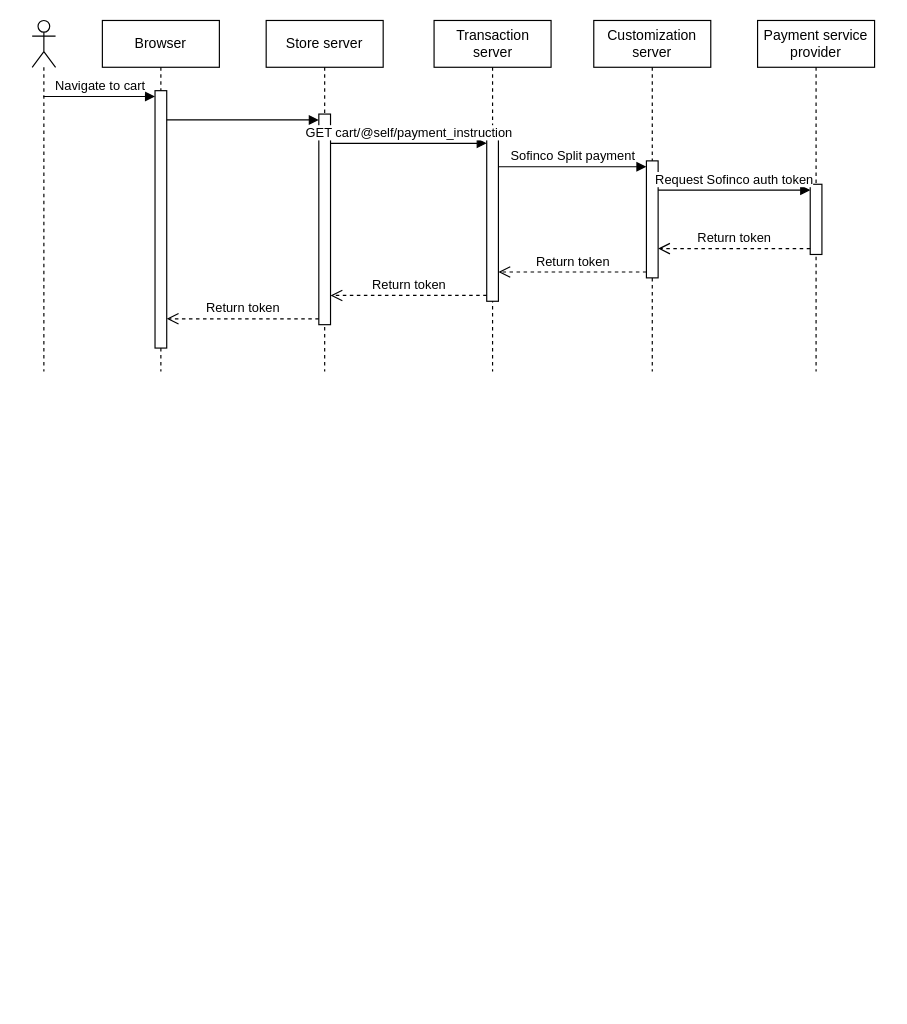
Above: Paiement Sofinco.drawio in wpigoury/flows (draw.io), before the change. Source tidied: cells renumbered, new cells numbered last; positions are measured from the earlier drawing's top-left corner, leaving out a move shared by most shapes. Both pictures are drawn from the tidied source at 117%, with x=0, y=0 at pixel (32, 20).
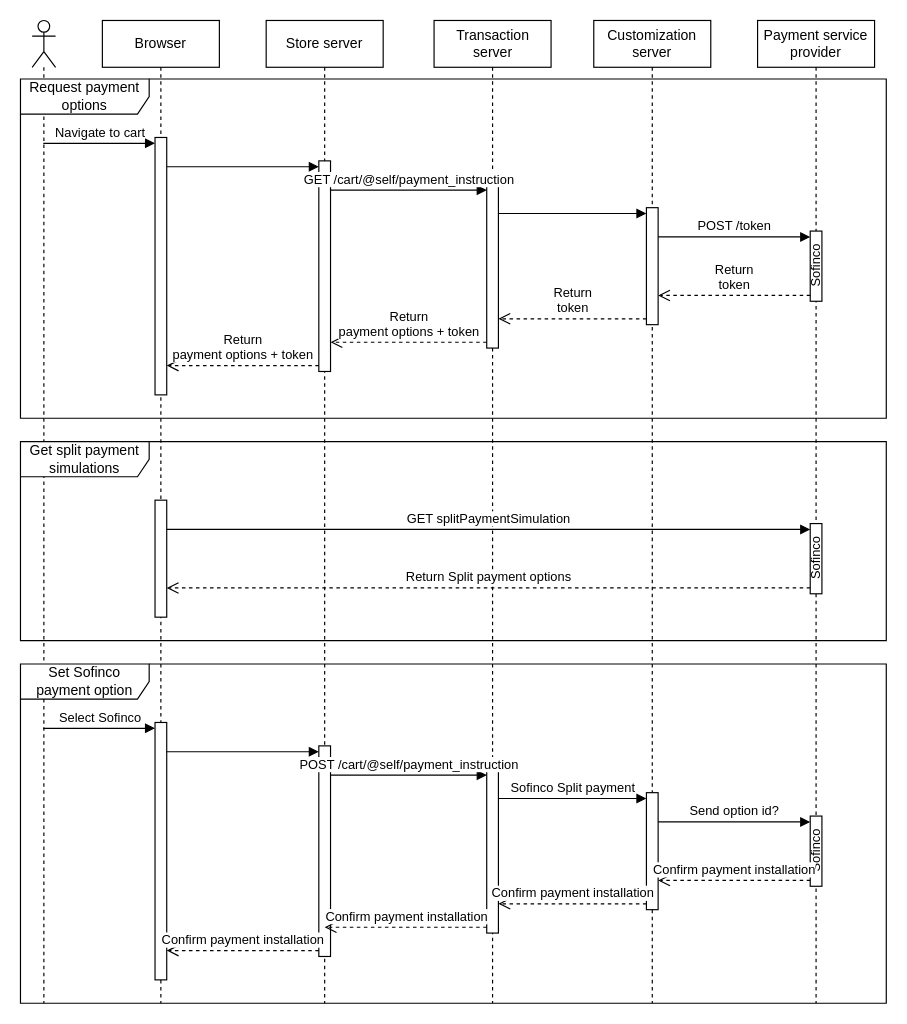
Above is the later version.

Commit message (it also covers changes not shown here):
Mettre à jour Paiement Sofinco.drawio

Diff of the diagram source:
```diff
@@
     <mxCell id="2" style="shape=umlLifeline;perimeter=lifelinePerimeter;whiteSpace=wrap;html=1;outlineConnect=0;portConstraint=eastwest;newEdgeStyle={&quot;curved&quot;:0,&quot;rounded&quot;:0};participant=umlActor;" parent="1" vertex="1">
-      <mxGeometry width="20" height="300" as="geometry" />
+      <mxGeometry width="20" height="840" as="geometry" />
     </mxCell>
     <mxCell id="3" value="Browser" style="shape=umlLifeline;perimeter=lifelinePerimeter;whiteSpace=wrap;html=1;newEdgeStyle={&quot;curved&quot;:0,&quot;rounded&quot;:0};" parent="1" vertex="1">
-      <mxGeometry x="60" width="100" height="300" as="geometry" />
+      <mxGeometry x="60" width="100" height="840" as="geometry" />
     </mxCell>
     <mxCell id="4" style="html=1;points=[[0,0,0,0,5],[0,1,0,0,-5],[1,0,0,0,5],[1,1,0,0,-5]];perimeter=orthogonalPerimeter;outlineConnect=0;targetShapes=umlLifeline;portConstraint=eastwest;newEdgeStyle={&quot;curved&quot;:0,&quot;rounded&quot;:0};" parent="3" vertex="1">
-      <mxGeometry x="45" y="60" width="10" height="220" as="geometry" />
+      <mxGeometry x="45" y="100" width="10" height="220" as="geometry" />
     </mxCell>
     <mxCell id="5" value="Store server" style="shape=umlLifeline;perimeter=lifelinePerimeter;whiteSpace=wrap;html=1;newEdgeStyle={&quot;curved&quot;:0,&quot;rounded&quot;:0};" parent="1" vertex="1">
-      <mxGeometry x="200" width="100" height="300" as="geometry" />
+      <mxGeometry x="200" width="100" height="840" as="geometry" />
     </mxCell>
     <mxCell id="6" style="html=1;points=[[0,0,0,0,5],[0,1,0,0,-5],[1,0,0,0,5],[1,1,0,0,-5]];perimeter=orthogonalPerimeter;outlineConnect=0;targetShapes=umlLifeline;portConstraint=eastwest;newEdgeStyle={&quot;curved&quot;:0,&quot;rounded&quot;:0};" parent="5" vertex="1">
-      <mxGeometry x="45" y="80" width="10" height="180" as="geometry" />
+      <mxGeometry x="45" y="120" width="10" height="180" as="geometry" />
     </mxCell>
+    <mxCell id="22" style="html=1;points=[[0,0,0,0,5],[0,1,0,0,-5],[1,0,0,0,5],[1,1,0,0,-5]];perimeter=orthogonalPerimeter;outlineConnect=0;targetShapes=umlLifeline;portConstraint=eastwest;newEdgeStyle={&quot;curved&quot;:0,&quot;rounded&quot;:0};" parent="5" vertex="1">
+      <mxGeometry x="45" y="620" width="10" height="180" as="geometry" />
+    </mxCell>
     <mxCell id="7" value="Transaction server" style="shape=umlLifeline;perimeter=lifelinePerimeter;whiteSpace=wrap;html=1;newEdgeStyle={&quot;curved&quot;:0,&quot;rounded&quot;:0};" parent="1" vertex="1">
-      <mxGeometry x="343.5" width="100" height="300" as="geometry" />
+      <mxGeometry x="343.5" width="100" height="840" as="geometry" />
     </mxCell>
     <mxCell id="8" style="html=1;points=[[0,0,0,0,5],[0,1,0,0,-5],[1,0,0,0,5],[1,1,0,0,-5]];perimeter=orthogonalPerimeter;outlineConnect=0;targetShapes=umlLifeline;portConstraint=eastwest;newEdgeStyle={&quot;curved&quot;:0,&quot;rounded&quot;:0};" parent="7" vertex="1">
-      <mxGeometry x="45" y="100" width="10" height="140" as="geometry" />
+      <mxGeometry x="45" y="140" width="10" height="140" as="geometry" />
     </mxCell>
     <mxCell id="9" value="Customization server" style="shape=umlLifeline;perimeter=lifelinePerimeter;whiteSpace=wrap;html=1;newEdgeStyle={&quot;curved&quot;:0,&quot;rounded&quot;:0};" parent="1" vertex="1">
-      <mxGeometry x="480" width="100" height="300" as="geometry" />
+      <mxGeometry x="480" width="100" height="840" as="geometry" />
     </mxCell>
     <mxCell id="10" style="html=1;points=[[0,0,0,0,5],[0,1,0,0,-5],[1,0,0,0,5],[1,1,0,0,-5]];perimeter=orthogonalPerimeter;outlineConnect=0;targetShapes=umlLifeline;portConstraint=eastwest;newEdgeStyle={&quot;curved&quot;:0,&quot;rounded&quot;:0};" parent="9" vertex="1">
-      <mxGeometry x="45" y="120" width="10" height="100" as="geometry" />
+      <mxGeometry x="45" y="160" width="10" height="100" as="geometry" />
     </mxCell>
     <mxCell id="11" value="Payment service provider" style="shape=umlLifeline;perimeter=lifelinePerimeter;whiteSpace=wrap;html=1;newEdgeStyle={&quot;curved&quot;:0,&quot;rounded&quot;:0};" parent="1" vertex="1">
-      <mxGeometry x="620" width="100" height="300" as="geometry" />
+      <mxGeometry x="620" width="100" height="840" as="geometry" />
     </mxCell>
     <mxCell id="12" style="html=1;points=[[0,0,0,0,5],[0,1,0,0,-5],[1,0,0,0,5],[1,1,0,0,-5]];perimeter=orthogonalPerimeter;outlineConnect=0;targetShapes=umlLifeline;portConstraint=eastwest;newEdgeStyle={&quot;curved&quot;:0,&quot;rounded&quot;:0};" parent="11" vertex="1">
-      <mxGeometry x="45" y="140" width="10" height="60" as="geometry" />
+      <mxGeometry x="45" y="180" width="10" height="60" as="geometry" />
     </mxCell>
@@
-    <mxCell id="15" value="GET cart/@self/payment_instruction" style="html=1;verticalAlign=bottom;endArrow=block;curved=0;rounded=0;entryX=0;entryY=0;entryDx=0;entryDy=5;entryPerimeter=0;" parent="1" edge="1" source="6" target="8">
+    <mxCell id="15" value="GET /cart/@self/payment_instruction" style="html=1;verticalAlign=bottom;endArrow=block;curved=0;rounded=0;entryX=0;entryY=0;entryDx=0;entryDy=5;entryPerimeter=0;" parent="1" edge="1" source="6" target="8">
       <mxGeometry relative="1" as="geometry" />
     </mxCell>
-    <mxCell id="16" value="Sofinco Split payment" style="html=1;verticalAlign=bottom;endArrow=block;curved=0;rounded=0;entryX=0;entryY=0;entryDx=0;entryDy=5;entryPerimeter=0;" parent="1" edge="1" source="8" target="10">
+    <mxCell id="16" style="html=1;verticalAlign=bottom;endArrow=block;curved=0;rounded=0;entryX=0;entryY=0;entryDx=0;entryDy=5;entryPerimeter=0;" parent="1" edge="1" source="8" target="10">
       <mxGeometry relative="1" as="geometry" />
     </mxCell>
-    <mxCell id="17" value="Request Sofinco auth token" style="html=1;verticalAlign=bottom;endArrow=block;curved=0;rounded=0;entryX=0;entryY=0;entryDx=0;entryDy=5;entryPerimeter=0;" parent="1" edge="1" source="10" target="12">
+    <mxCell id="17" value="POST /token" style="html=1;verticalAlign=bottom;endArrow=block;curved=0;rounded=0;entryX=0;entryY=0;entryDx=0;entryDy=5;entryPerimeter=0;" parent="1" edge="1" source="10" target="12">
       <mxGeometry relative="1" as="geometry" />
     </mxCell>
-    <mxCell id="18" value="Return token" style="html=1;verticalAlign=bottom;endArrow=open;dashed=1;endSize=8;curved=0;rounded=0;exitX=0;exitY=1;exitDx=0;exitDy=-5;exitPerimeter=0;" parent="1" edge="1" source="12" target="10">
+    <mxCell id="18" value="Return&lt;br&gt;token" style="html=1;verticalAlign=bottom;endArrow=open;dashed=1;endSize=8;curved=0;rounded=0;exitX=0;exitY=1;exitDx=0;exitDy=-5;exitPerimeter=0;" parent="1" edge="1" source="12" target="10">
       <mxGeometry relative="1" as="geometry" />
     </mxCell>
-    <mxCell id="19" value="Return token" style="html=1;verticalAlign=bottom;endArrow=open;dashed=1;endSize=8;curved=0;rounded=0;exitX=0;exitY=1;exitDx=0;exitDy=-5;exitPerimeter=0;" parent="1" edge="1" source="10" target="8">
+    <mxCell id="19" value="Return&lt;br&gt;token" style="html=1;verticalAlign=bottom;endArrow=open;dashed=1;endSize=8;curved=0;rounded=0;exitX=0;exitY=1;exitDx=0;exitDy=-5;exitPerimeter=0;" parent="1" edge="1" source="10" target="8">
       <mxGeometry relative="1" as="geometry" />
     </mxCell>
-    <mxCell id="20" value="Return token" style="html=1;verticalAlign=bottom;endArrow=open;dashed=1;endSize=8;curved=0;rounded=0;exitX=0;exitY=1;exitDx=0;exitDy=-5;exitPerimeter=0;" parent="1" edge="1" source="8" target="6">
+    <mxCell id="20" value="Return&lt;br&gt;payment options + token" style="html=1;verticalAlign=bottom;endArrow=open;dashed=1;endSize=8;curved=0;rounded=0;exitX=0;exitY=1;exitDx=0;exitDy=-5;exitPerimeter=0;" parent="1" edge="1" source="8" target="6">
       <mxGeometry relative="1" as="geometry" />
     </mxCell>
-    <mxCell id="21" value="Return token" style="html=1;verticalAlign=bottom;endArrow=open;dashed=1;endSize=8;curved=0;rounded=0;exitX=0;exitY=1;exitDx=0;exitDy=-5;exitPerimeter=0;" parent="1" edge="1" source="6" target="4">
+    <mxCell id="21" value="Return&lt;br&gt;payment options + token" style="html=1;verticalAlign=bottom;endArrow=open;dashed=1;endSize=8;curved=0;rounded=0;exitX=0;exitY=1;exitDx=0;exitDy=-5;exitPerimeter=0;" parent="1" edge="1" source="6" target="4">
       <mxGeometry relative="1" as="geometry" />
     </mxCell>
+    <mxCell id="23" value="Request payment options" style="shape=umlFrame;whiteSpace=wrap;html=1;width=110;height=30;" parent="1" vertex="1">
+      <mxGeometry x="-10" y="50" width="740" height="290" as="geometry" />
+    </mxCell>
+    <mxCell id="24" value="Get split payment simulations" style="shape=umlFrame;whiteSpace=wrap;html=1;width=110;height=30;" parent="1" vertex="1">
+      <mxGeometry x="-10" y="360" width="740" height="170" as="geometry" />
+    </mxCell>
+    <mxCell id="25" style="html=1;points=[[0,0,0,0,5],[0,1,0,0,-5],[1,0,0,0,5],[1,1,0,0,-5]];perimeter=orthogonalPerimeter;outlineConnect=0;targetShapes=umlLifeline;portConstraint=eastwest;newEdgeStyle={&quot;curved&quot;:0,&quot;rounded&quot;:0};" parent="1" vertex="1">
+      <mxGeometry x="105" y="410" width="10" height="100" as="geometry" />
+    </mxCell>
+    <mxCell id="26" style="html=1;points=[[0,0,0,0,5],[0,1,0,0,-5],[1,0,0,0,5],[1,1,0,0,-5]];perimeter=orthogonalPerimeter;outlineConnect=0;targetShapes=umlLifeline;portConstraint=eastwest;newEdgeStyle={&quot;curved&quot;:0,&quot;rounded&quot;:0};" parent="1" vertex="1">
+      <mxGeometry x="665" y="430" width="10" height="60" as="geometry" />
+    </mxCell>
+    <mxCell id="27" value="GET splitPaymentSimulation" style="html=1;verticalAlign=bottom;endArrow=block;curved=0;rounded=0;entryX=0;entryY=0;entryDx=0;entryDy=5;entryPerimeter=0;" parent="1" edge="1" source="25" target="26">
+      <mxGeometry relative="1" as="geometry" />
+    </mxCell>
+    <mxCell id="28" value="Return Split payment options" style="html=1;verticalAlign=bottom;endArrow=open;dashed=1;endSize=8;curved=0;rounded=0;exitX=0;exitY=1;exitDx=0;exitDy=-5;exitPerimeter=0;" parent="1" edge="1" source="26" target="25">
+      <mxGeometry relative="1" as="geometry" />
+    </mxCell>
+    <mxCell id="29" value="Set Sofinco payment option" style="shape=umlFrame;whiteSpace=wrap;html=1;width=110;height=30;" parent="1" vertex="1">
+      <mxGeometry x="-10" y="550" width="740" height="290" as="geometry" />
+    </mxCell>
+    <mxCell id="30" style="html=1;points=[[0,0,0,0,5],[0,1,0,0,-5],[1,0,0,0,5],[1,1,0,0,-5]];perimeter=orthogonalPerimeter;outlineConnect=0;targetShapes=umlLifeline;portConstraint=eastwest;newEdgeStyle={&quot;curved&quot;:0,&quot;rounded&quot;:0};" parent="1" vertex="1">
+      <mxGeometry x="105" y="600" width="10" height="220" as="geometry" />
+    </mxCell>
+    <mxCell id="31" style="html=1;points=[[0,0,0,0,5],[0,1,0,0,-5],[1,0,0,0,5],[1,1,0,0,-5]];perimeter=orthogonalPerimeter;outlineConnect=0;targetShapes=umlLifeline;portConstraint=eastwest;newEdgeStyle={&quot;curved&quot;:0,&quot;rounded&quot;:0};" parent="1" vertex="1">
+      <mxGeometry x="665" y="680" width="10" height="60" as="geometry" />
+    </mxCell>
+    <mxCell id="32" style="html=1;points=[[0,0,0,0,5],[0,1,0,0,-5],[1,0,0,0,5],[1,1,0,0,-5]];perimeter=orthogonalPerimeter;outlineConnect=0;targetShapes=umlLifeline;portConstraint=eastwest;newEdgeStyle={&quot;curved&quot;:0,&quot;rounded&quot;:0};" parent="1" vertex="1">
+      <mxGeometry x="525" y="660" width="10" height="100" as="geometry" />
+    </mxCell>
+    <mxCell id="33" style="html=1;points=[[0,0,0,0,5],[0,1,0,0,-5],[1,0,0,0,5],[1,1,0,0,-5]];perimeter=orthogonalPerimeter;outlineConnect=0;targetShapes=umlLifeline;portConstraint=eastwest;newEdgeStyle={&quot;curved&quot;:0,&quot;rounded&quot;:0};" parent="1" vertex="1">
+      <mxGeometry x="388.5" y="640" width="10" height="140" as="geometry" />
+    </mxCell>
+    <mxCell id="34" value="Select Sofinco" style="html=1;verticalAlign=bottom;endArrow=block;curved=0;rounded=0;entryX=0;entryY=0;entryDx=0;entryDy=5;entryPerimeter=0;" parent="1" edge="1" source="2" target="30">
+      <mxGeometry relative="1" as="geometry" />
+    </mxCell>
+    <mxCell id="35" style="html=1;verticalAlign=bottom;endArrow=block;curved=0;rounded=0;entryX=0;entryY=0;entryDx=0;entryDy=5;entryPerimeter=0;" parent="1" edge="1" source="30" target="22">
+      <mxGeometry relative="1" as="geometry" />
+    </mxCell>
+    <mxCell id="36" value="POST /cart/@self/payment_instruction" style="html=1;verticalAlign=bottom;endArrow=block;curved=0;rounded=0;entryX=0;entryY=0;entryDx=0;entryDy=5;entryPerimeter=0;" parent="1" edge="1" source="22" target="33">
+      <mxGeometry relative="1" as="geometry" />
+    </mxCell>
+    <mxCell id="37" value="Sofinco" style="text;align=center;fontStyle=0;verticalAlign=middle;spacingLeft=3;spacingRight=3;strokeColor=none;html=1;horizontal=0;fontSize=11;" parent="1" vertex="1">
+      <mxGeometry x="630" y="197" width="80" height="26" as="geometry" />
+    </mxCell>
+    <mxCell id="38" value="Sofinco" style="text;align=center;fontStyle=0;verticalAlign=middle;spacingLeft=3;spacingRight=3;strokeColor=none;html=1;horizontal=0;fontSize=11;" parent="1" vertex="1">
+      <mxGeometry x="630" y="447" width="80" height="26" as="geometry" />
+    </mxCell>
+    <mxCell id="39" value="Sofinco Split payment" style="html=1;verticalAlign=bottom;endArrow=block;curved=0;rounded=0;entryX=0;entryY=0;entryDx=0;entryDy=5;entryPerimeter=0;" parent="1" edge="1" source="33" target="32">
+      <mxGeometry relative="1" as="geometry" />
+    </mxCell>
+    <mxCell id="40" value="Send option id?" style="html=1;verticalAlign=bottom;endArrow=block;curved=0;rounded=0;entryX=0;entryY=0;entryDx=0;entryDy=5;entryPerimeter=0;" parent="1" edge="1" source="32" target="31">
+      <mxGeometry relative="1" as="geometry" />
+    </mxCell>
+    <mxCell id="41" value="Sofinco" style="text;align=center;fontStyle=0;verticalAlign=middle;spacingLeft=3;spacingRight=3;strokeColor=none;html=1;horizontal=0;fontSize=11;" parent="1" vertex="1">
+      <mxGeometry x="630" y="697" width="80" height="26" as="geometry" />
+    </mxCell>
+    <mxCell id="42" value="Confirm payment installation" style="html=1;verticalAlign=bottom;endArrow=open;dashed=1;endSize=8;curved=0;rounded=0;exitX=0;exitY=1;exitDx=0;exitDy=-5;exitPerimeter=0;" parent="1" edge="1" source="31" target="32">
+      <mxGeometry relative="1" as="geometry" />
+    </mxCell>
+    <mxCell id="43" value="Confirm payment installation" style="html=1;verticalAlign=bottom;endArrow=open;dashed=1;endSize=8;curved=0;rounded=0;exitX=0;exitY=1;exitDx=0;exitDy=-5;exitPerimeter=0;" parent="1" edge="1" source="32" target="33">
+      <mxGeometry relative="1" as="geometry" />
+    </mxCell>
+    <mxCell id="44" value="Confirm payment installation" style="html=1;verticalAlign=bottom;endArrow=open;dashed=1;endSize=8;curved=0;rounded=0;exitX=0;exitY=1;exitDx=0;exitDy=-5;exitPerimeter=0;" parent="1" edge="1" source="33">
+      <mxGeometry relative="1" as="geometry">
+        <mxPoint x="250" y="775" as="targetPoint" />
+      </mxGeometry>
+    </mxCell>
+    <mxCell id="45" value="Confirm payment installation" style="html=1;verticalAlign=bottom;endArrow=open;dashed=1;endSize=8;curved=0;rounded=0;exitX=0;exitY=1;exitDx=0;exitDy=-5;exitPerimeter=0;" parent="1" edge="1" source="22" target="30">
+      <mxGeometry relative="1" as="geometry" />
+    </mxCell>
```
